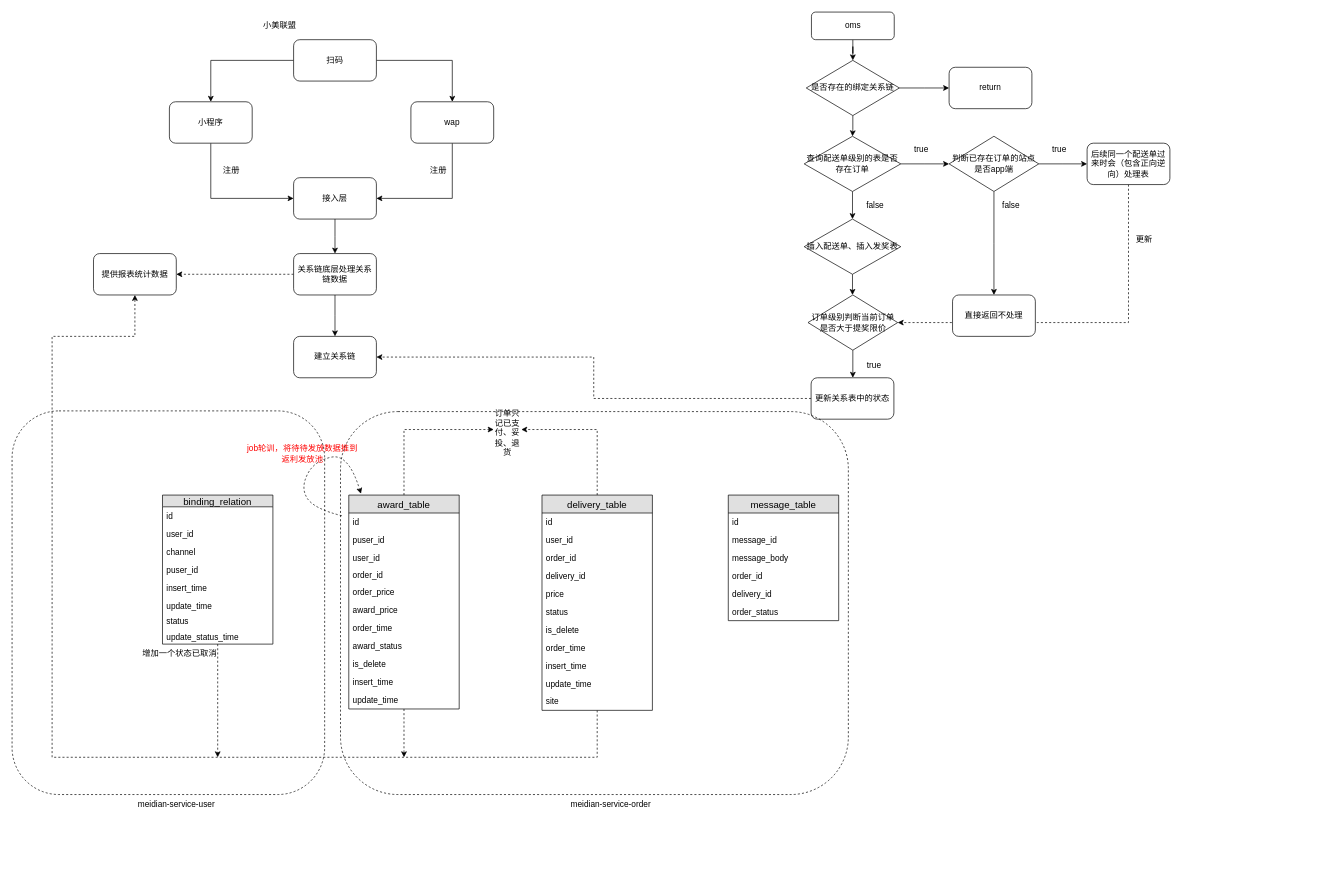
Itxiaopao/viewFloder keeps this draw.io diagram as 小美联盟z.drawio. Above is the earlier version. Source tidied: cells renumbered, new cells numbered last; positions are measured from the earlier drawing's top-left corner, leaving out a move shared by most shapes. Both pictures are drawn from the tidied source at 69%, with x=0, y=0 at pixel (12, 12).
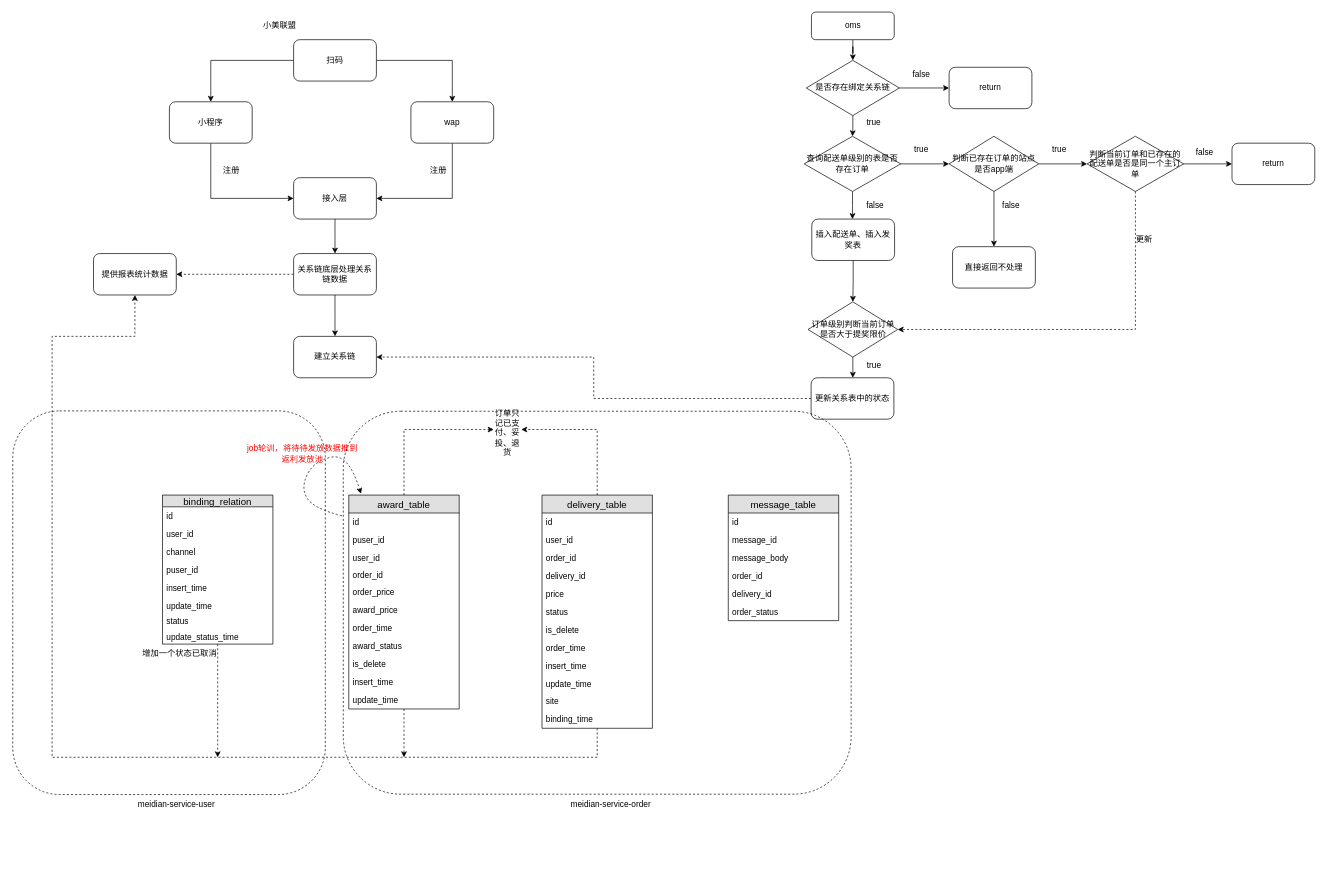
The same diagram, later.

The change refers to these unchanged cells:
```xml
<mxCell id="22" value="查询配送单级别的表是否存在订单" style="rhombus;whiteSpace=wrap;html=1;" parent="1" vertex="1">
  <mxGeometry x="1148" y="180" width="140" height="80" as="geometry" />
</mxCell>
<mxCell id="79" value="判断已存在订单的站点是否app端" style="rhombus;whiteSpace=wrap;html=1;" parent="1" vertex="1">
  <mxGeometry x="1358" y="180" width="130" height="80" as="geometry" />
</mxCell>
```

Diff of the diagram source:
```diff
@@
-    <mxCell id="20" style="edgeStyle=orthogonalEdgeStyle;rounded=0;jettySize=auto;html=1;entryX=0.5;entryY=0;entryDx=0;entryDy=0;" parent="1" edge="1" source="22" target="71">
-      <mxGeometry relative="1" as="geometry" />
+    <mxCell id="20" style="edgeStyle=orthogonalEdgeStyle;rounded=0;jettySize=auto;html=1;entryX=0.5;entryY=0;entryDx=0;entryDy=0;" parent="1" edge="1" source="22">
+      <mxGeometry relative="1" as="geometry">
+        <mxPoint x="1218" y="300" as="targetPoint" />
+      </mxGeometry>
     </mxCell>
@@
     <mxCell id="24" value="订单级别判断当前订单是否大于提奖限价" style="rhombus;whiteSpace=wrap;html=1;" parent="1" vertex="1">
-      <mxGeometry x="1153.5" y="410" width="130" height="80" as="geometry" />
+      <mxGeometry x="1153.5" y="420" width="130" height="80" as="geometry" />
     </mxCell>
@@
-    <mxCell id="29" value="&lt;span style=&quot;white-space: normal&quot;&gt;是否存在的绑定关系链&lt;/span&gt;" style="rhombus;whiteSpace=wrap;html=1;" parent="1" vertex="1">
+    <mxCell id="29" value="&lt;span style=&quot;white-space: normal&quot;&gt;是否存在绑定关系链&lt;/span&gt;" style="rhombus;whiteSpace=wrap;html=1;" parent="1" vertex="1">
       <mxGeometry x="1151" y="70" width="135" height="80" as="geometry" />
     </mxCell>
@@
     <mxCell id="56" value="delivery_table" style="swimlane;fontStyle=0;horizontal=1;startSize=26;fillColor=#e0e0e0;swimlaneFillColor=#ffffff;align=center;fontSize=14;" parent="1" vertex="1">
-      <mxGeometry x="768" y="700" width="160" height="312" as="geometry" />
+      <mxGeometry x="768" y="700" width="160" height="338" as="geometry" />
     </mxCell>
@@
+    <mxCell id="101" value="binding_time" style="text;strokeColor=none;fillColor=none;spacingLeft=4;spacingRight=4;overflow=hidden;fontSize=12;" parent="56" vertex="1">
+      <mxGeometry y="312" width="160" height="26" as="geometry" />
+    </mxCell>
@@
-    <mxCell id="70" style="edgeStyle=orthogonalEdgeStyle;rounded=0;jettySize=auto;html=1;" parent="1" edge="1" source="71">
-      <mxGeometry relative="1" as="geometry">
-        <mxPoint x="1218" y="410" as="targetPoint" />
-      </mxGeometry>
-    </mxCell>
-    <mxCell id="71" value="插入配送单、插入发奖表" style="rhombus;whiteSpace=wrap;html=1;" parent="1" vertex="1">
-      <mxGeometry x="1148" y="300" width="140" height="80" as="geometry" />
-    </mxCell>
@@
-    <mxCell id="78" style="edgeStyle=orthogonalEdgeStyle;rounded=0;jettySize=auto;html=1;" parent="1" edge="1" source="79">
-      <mxGeometry relative="1" as="geometry">
-        <mxPoint x="1423" y="410" as="targetPoint" />
-      </mxGeometry>
-    </mxCell>
+    <mxCell id="102" style="edgeStyle=orthogonalEdgeStyle;rounded=0;jettySize=auto;html=1;entryX=0.5;entryY=0;entryDx=0;entryDy=0;" parent="1" edge="1" source="79" target="84">
+      <mxGeometry relative="1" as="geometry" />
+    </mxCell>
@@
-    <mxCell id="82" style="edgeStyle=orthogonalEdgeStyle;rounded=0;jettySize=auto;html=1;entryX=1;entryY=0.5;entryDx=0;entryDy=0;dashed=1;" parent="1" edge="1" source="83" target="24">
-      <mxGeometry relative="1" as="geometry">
-        <Array as="points">
-          <mxPoint x="1618" y="450" />
-        </Array>
-      </mxGeometry>
-    </mxCell>
-    <mxCell id="83" value="后续同一个配送单过来时会（包含正向逆向）处理表" style="rounded=1;whiteSpace=wrap;html=1;" parent="1" vertex="1">
-      <mxGeometry x="1558" y="190" width="120" height="60" as="geometry" />
-    </mxCell>
     <mxCell id="84" value="直接返回不处理" style="rounded=1;whiteSpace=wrap;html=1;" parent="1" vertex="1">
-      <mxGeometry x="1363" y="410" width="120" height="60" as="geometry" />
+      <mxGeometry x="1363" y="340" width="120" height="60" as="geometry" />
     </mxCell>
@@
     <mxCell id="97" style="rounded=1;whiteSpace=wrap;html=1;shadow=0;strokeColor=#000000;fillColor=none;gradientColor=#ffffff;dashed=1;" parent="1" vertex="1">
-      <mxGeometry y="578" width="453" height="556" as="geometry" />
+      <mxGeometry x="1" y="578" width="453" height="556" as="geometry" />
     </mxCell>
     <mxCell id="98" style="rounded=1;whiteSpace=wrap;html=1;shadow=0;dashed=1;strokeColor=#000000;fillColor=none;gradientColor=#ffffff;" parent="1" vertex="1">
-      <mxGeometry x="476" y="579" width="736" height="555" as="geometry" />
+      <mxGeometry x="480" y="578.5" width="736" height="555" as="geometry" />
     </mxCell>
@@
+    <mxCell id="103" value="false" style="text;html=1;strokeColor=none;fillColor=none;align=center;verticalAlign=middle;whiteSpace=wrap;rounded=0;shadow=0;dashed=1;" parent="1" vertex="1">
+      <mxGeometry x="1298" y="80" width="40" height="20" as="geometry" />
+    </mxCell>
+    <mxCell id="104" value="true" style="text;html=1;strokeColor=none;fillColor=none;align=center;verticalAlign=middle;whiteSpace=wrap;rounded=0;shadow=0;dashed=1;" parent="1" vertex="1">
+      <mxGeometry x="1229" y="150" width="40" height="20" as="geometry" />
+    </mxCell>
+    <mxCell id="105" style="edgeStyle=orthogonalEdgeStyle;rounded=0;jettySize=auto;html=1;entryX=0.5;entryY=0;entryDx=0;entryDy=0;" parent="1" edge="1" source="71" target="24">
+      <mxGeometry relative="1" as="geometry" />
+    </mxCell>
+    <mxCell id="71" value="&lt;span style=&quot;white-space: normal&quot;&gt;插入配送单、插入发奖表&lt;/span&gt;" style="rounded=1;whiteSpace=wrap;html=1;shadow=0;strokeColor=#000000;fillColor=none;gradientColor=#ffffff;" parent="1" vertex="1">
+      <mxGeometry x="1159" y="300" width="120" height="60" as="geometry" />
+    </mxCell>
+    <mxCell id="106" style="edgeStyle=orthogonalEdgeStyle;rounded=0;jettySize=auto;html=1;" parent="1" edge="1" source="108">
+      <mxGeometry relative="1" as="geometry">
+        <mxPoint x="1768" y="220" as="targetPoint" />
+      </mxGeometry>
+    </mxCell>
+    <mxCell id="107" style="edgeStyle=orthogonalEdgeStyle;rounded=0;jettySize=auto;html=1;entryX=1;entryY=0.5;entryDx=0;entryDy=0;dashed=1;" parent="1" edge="1" source="108" target="24">
+      <mxGeometry relative="1" as="geometry">
+        <Array as="points">
+          <mxPoint x="1628" y="460" />
+        </Array>
+      </mxGeometry>
+    </mxCell>
+    <mxCell id="108" value="判断当前订单和已存在的配送单是否是同一个主订单" style="rhombus;whiteSpace=wrap;html=1;shadow=0;strokeColor=#000000;fillColor=none;gradientColor=#ffffff;" parent="1" vertex="1">
+      <mxGeometry x="1558" y="180" width="140" height="80" as="geometry" />
+    </mxCell>
+    <mxCell id="109" value="return" style="rounded=1;whiteSpace=wrap;html=1;shadow=0;strokeColor=#000000;fillColor=none;gradientColor=#ffffff;" parent="1" vertex="1">
+      <mxGeometry x="1768" y="190" width="120" height="60" as="geometry" />
+    </mxCell>
+    <mxCell id="110" value="false" style="text;html=1;align=center;verticalAlign=middle;" parent="1" vertex="1">
+      <mxGeometry x="1708" y="194" width="40" height="20" as="geometry" />
+    </mxCell>
```
